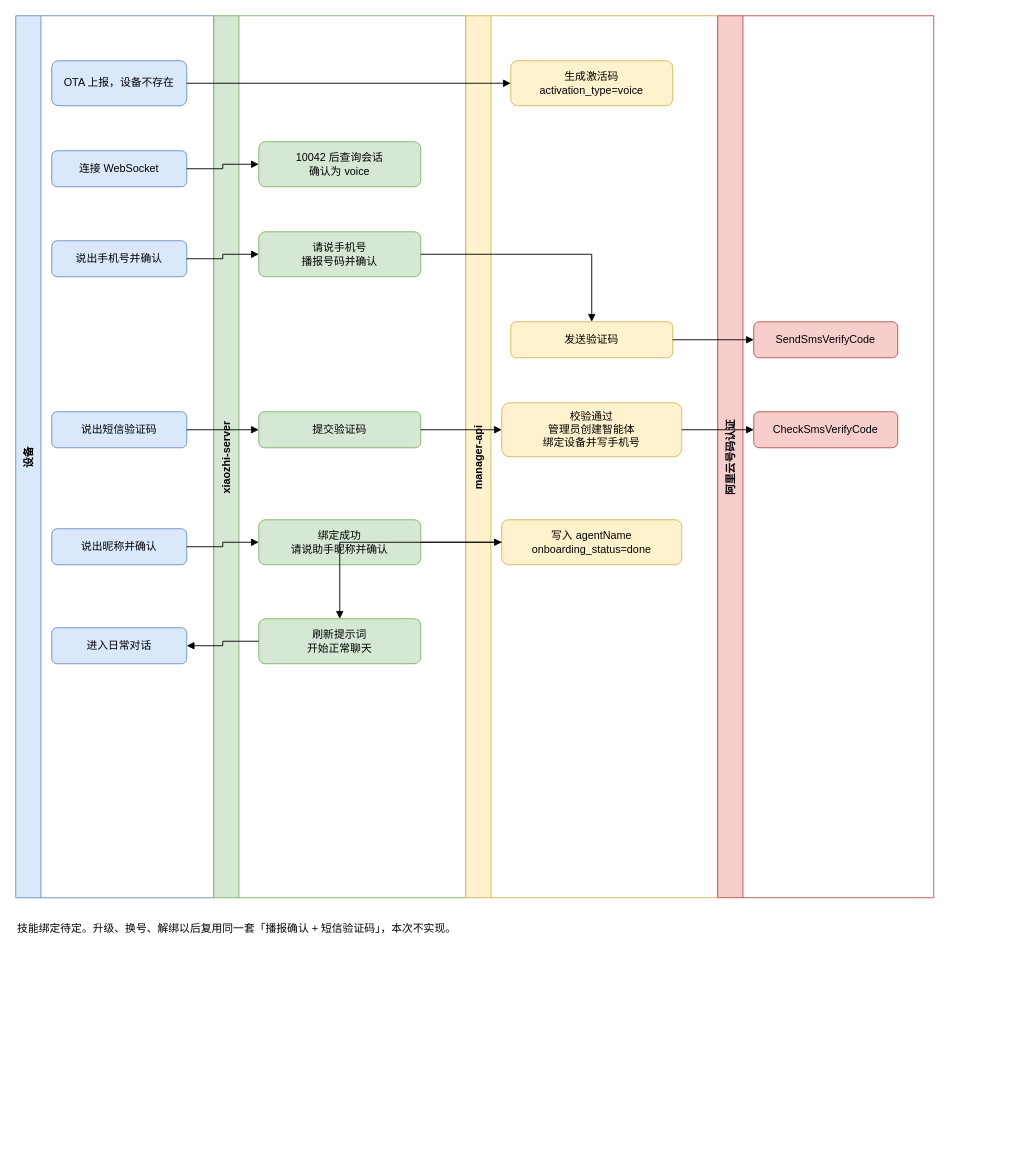
The draw.io diagram docs/architecture/voice-activation.drawio in ElvisWangTech/xiaozhi-esp32-server, before the edit. Source tidied: cells renumbered, new cells numbered last; positions are measured from the earlier drawing's top-left corner, leaving out a move shared by most shapes. Both pictures are drawn from the tidied source at 90%, with x=0, y=0 at pixel (15, 15).
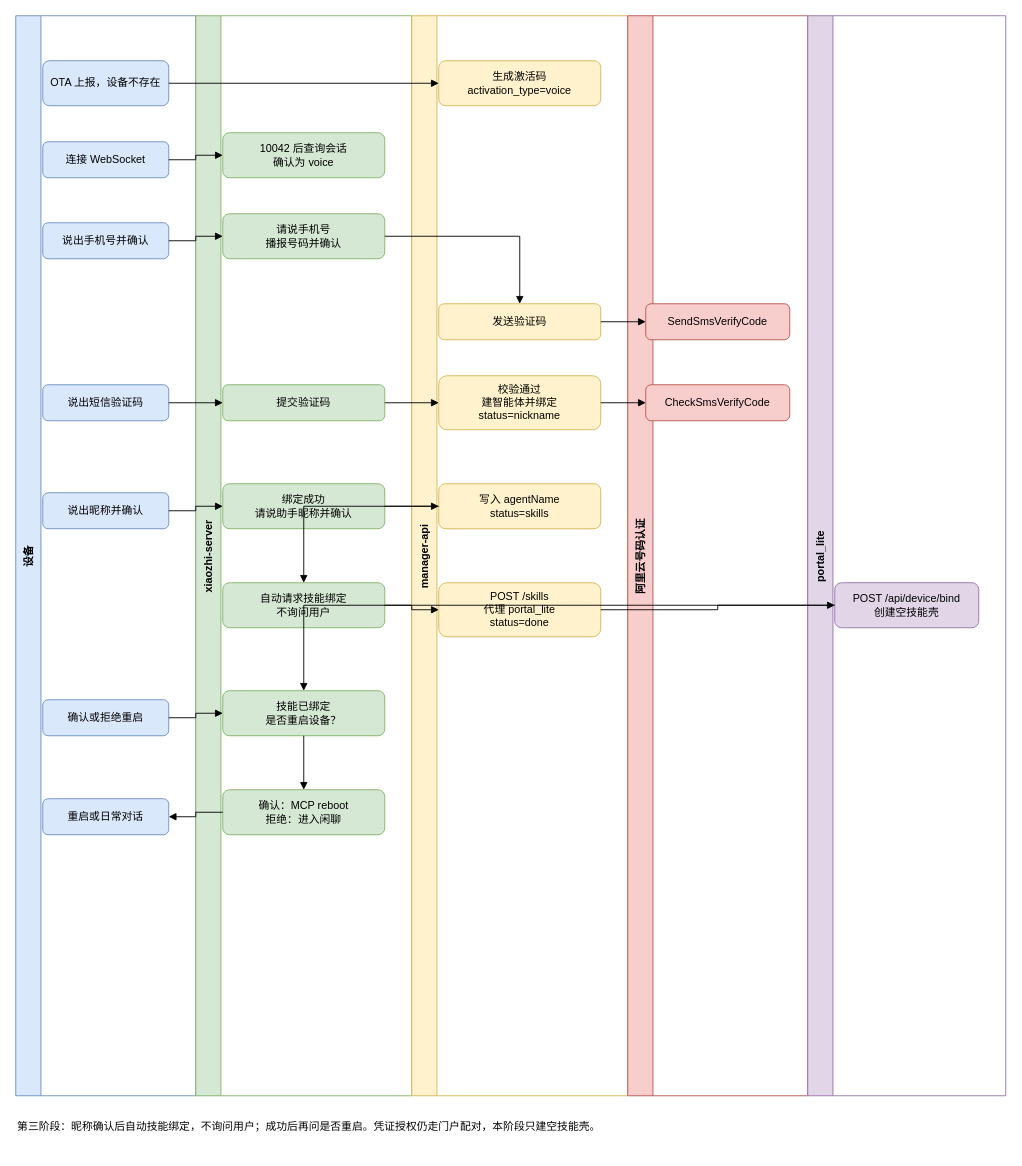
Above is the later version.

What changed in the source:
```diff
@@
     <mxCell id="2" value="设备" style="swimlane;horizontal=0;startSize=28;fillColor=#dae8fc;strokeColor=#6c8ebf;fontStyle=1;" parent="1" vertex="1">
-      <mxGeometry width="220" height="980" as="geometry" />
+      <mxGeometry width="200" height="1200" as="geometry" />
     </mxCell>
     <mxCell id="3" value="xiaozhi-server" style="swimlane;horizontal=0;startSize=28;fillColor=#d5e8d4;strokeColor=#82b366;fontStyle=1;" parent="1" vertex="1">
-      <mxGeometry x="220" width="280" height="980" as="geometry" />
+      <mxGeometry x="200" width="240" height="1200" as="geometry" />
     </mxCell>
     <mxCell id="4" value="manager-api" style="swimlane;horizontal=0;startSize=28;fillColor=#fff2cc;strokeColor=#d6b656;fontStyle=1;" parent="1" vertex="1">
-      <mxGeometry x="500" width="280" height="980" as="geometry" />
+      <mxGeometry x="440" width="240" height="1200" as="geometry" />
     </mxCell>
     <mxCell id="5" value="阿里云号码认证" style="swimlane;horizontal=0;startSize=28;fillColor=#f8cecc;strokeColor=#b85450;fontStyle=1;" parent="1" vertex="1">
-      <mxGeometry x="780" width="240" height="980" as="geometry" />
+      <mxGeometry x="680" width="200" height="1200" as="geometry" />
     </mxCell>
+    <mxCell id="36" value="portal_lite" style="swimlane;horizontal=0;startSize=28;fillColor=#e1d5e7;strokeColor=#9673a6;fontStyle=1;" parent="1" vertex="1">
+      <mxGeometry x="880" width="220" height="1200" as="geometry" />
+    </mxCell>
     <mxCell id="6" value="OTA 上报，设备不存在" style="rounded=1;whiteSpace=wrap;html=1;fillColor=#dae8fc;strokeColor=#6c8ebf;" parent="2" vertex="1">
-      <mxGeometry x="40" y="50" width="150" height="50" as="geometry" />
+      <mxGeometry x="30" y="50" width="140" height="50" as="geometry" />
     </mxCell>
     <mxCell id="7" value="生成激活码&#10;activation_type=voice" style="rounded=1;whiteSpace=wrap;html=1;fillColor=#fff2cc;strokeColor=#d6b656;" parent="4" vertex="1">
-      <mxGeometry x="50" y="50" width="180" height="50" as="geometry" />
+      <mxGeometry x="30" y="50" width="180" height="50" as="geometry" />
     </mxCell>
@@
     <mxCell id="9" value="连接 WebSocket" style="rounded=1;whiteSpace=wrap;html=1;fillColor=#dae8fc;strokeColor=#6c8ebf;" parent="2" vertex="1">
-      <mxGeometry x="40" y="150" width="150" height="40" as="geometry" />
+      <mxGeometry x="30" y="140" width="140" height="40" as="geometry" />
     </mxCell>
     <mxCell id="10" value="10042 后查询会话&#10;确认为 voice" style="rounded=1;whiteSpace=wrap;html=1;fillColor=#d5e8d4;strokeColor=#82b366;" parent="3" vertex="1">
-      <mxGeometry x="50" y="140" width="180" height="50" as="geometry" />
+      <mxGeometry x="30" y="130" width="180" height="50" as="geometry" />
     </mxCell>
@@
     <mxCell id="12" value="请说手机号&#10;播报号码并确认" style="rounded=1;whiteSpace=wrap;html=1;fillColor=#d5e8d4;strokeColor=#82b366;" parent="3" vertex="1">
-      <mxGeometry x="50" y="240" width="180" height="50" as="geometry" />
+      <mxGeometry x="30" y="220" width="180" height="50" as="geometry" />
     </mxCell>
     <mxCell id="13" value="说出手机号并确认" style="rounded=1;whiteSpace=wrap;html=1;fillColor=#dae8fc;strokeColor=#6c8ebf;" parent="2" vertex="1">
-      <mxGeometry x="40" y="250" width="150" height="40" as="geometry" />
+      <mxGeometry x="30" y="230" width="140" height="40" as="geometry" />
     </mxCell>
@@
     <mxCell id="15" value="发送验证码" style="rounded=1;whiteSpace=wrap;html=1;fillColor=#fff2cc;strokeColor=#d6b656;" parent="4" vertex="1">
-      <mxGeometry x="50" y="340" width="180" height="40" as="geometry" />
+      <mxGeometry x="30" y="320" width="180" height="40" as="geometry" />
     </mxCell>
     <mxCell id="16" value="SendSmsVerifyCode" style="rounded=1;whiteSpace=wrap;html=1;fillColor=#f8cecc;strokeColor=#b85450;" parent="5" vertex="1">
-      <mxGeometry x="40" y="340" width="160" height="40" as="geometry" />
+      <mxGeometry x="20" y="320" width="160" height="40" as="geometry" />
     </mxCell>
@@
     <mxCell id="19" value="说出短信验证码" style="rounded=1;whiteSpace=wrap;html=1;fillColor=#dae8fc;strokeColor=#6c8ebf;" parent="2" vertex="1">
-      <mxGeometry x="40" y="440" width="150" height="40" as="geometry" />
+      <mxGeometry x="30" y="410" width="140" height="40" as="geometry" />
     </mxCell>
     <mxCell id="20" value="提交验证码" style="rounded=1;whiteSpace=wrap;html=1;fillColor=#d5e8d4;strokeColor=#82b366;" parent="3" vertex="1">
-      <mxGeometry x="50" y="440" width="180" height="40" as="geometry" />
+      <mxGeometry x="30" y="410" width="180" height="40" as="geometry" />
     </mxCell>
-    <mxCell id="21" value="校验通过&#10;管理员创建智能体&#10;绑定设备并写手机号" style="rounded=1;whiteSpace=wrap;html=1;fillColor=#fff2cc;strokeColor=#d6b656;" parent="4" vertex="1">
-      <mxGeometry x="40" y="430" width="200" height="60" as="geometry" />
+    <mxCell id="21" value="校验通过&#10;建智能体并绑定&#10;status=nickname" style="rounded=1;whiteSpace=wrap;html=1;fillColor=#fff2cc;strokeColor=#d6b656;" parent="4" vertex="1">
+      <mxGeometry x="30" y="400" width="180" height="60" as="geometry" />
     </mxCell>
     <mxCell id="22" value="CheckSmsVerifyCode" style="rounded=1;whiteSpace=wrap;html=1;fillColor=#f8cecc;strokeColor=#b85450;" parent="5" vertex="1">
-      <mxGeometry x="40" y="440" width="160" height="40" as="geometry" />
+      <mxGeometry x="20" y="410" width="160" height="40" as="geometry" />
     </mxCell>
@@
     <mxCell id="26" value="绑定成功&#10;请说助手昵称并确认" style="rounded=1;whiteSpace=wrap;html=1;fillColor=#d5e8d4;strokeColor=#82b366;" parent="3" vertex="1">
-      <mxGeometry x="50" y="560" width="180" height="50" as="geometry" />
+      <mxGeometry x="30" y="520" width="180" height="50" as="geometry" />
     </mxCell>
     <mxCell id="27" value="说出昵称并确认" style="rounded=1;whiteSpace=wrap;html=1;fillColor=#dae8fc;strokeColor=#6c8ebf;" parent="2" vertex="1">
-      <mxGeometry x="40" y="570" width="150" height="40" as="geometry" />
+      <mxGeometry x="30" y="530" width="140" height="40" as="geometry" />
     </mxCell>
-    <mxCell id="28" value="写入 agentName&#10;onboarding_status=done" style="rounded=1;whiteSpace=wrap;html=1;fillColor=#fff2cc;strokeColor=#d6b656;" parent="4" vertex="1">
-      <mxGeometry x="40" y="560" width="200" height="50" as="geometry" />
+    <mxCell id="28" value="写入 agentName&#10;status=skills" style="rounded=1;whiteSpace=wrap;html=1;fillColor=#fff2cc;strokeColor=#d6b656;" parent="4" vertex="1">
+      <mxGeometry x="30" y="520" width="180" height="50" as="geometry" />
     </mxCell>
@@
-    <mxCell id="31" value="进入日常对话" style="rounded=1;whiteSpace=wrap;html=1;fillColor=#dae8fc;strokeColor=#6c8ebf;" parent="2" vertex="1">
-      <mxGeometry x="40" y="680" width="150" height="40" as="geometry" />
-    </mxCell>
-    <mxCell id="32" value="刷新提示词&#10;开始正常聊天" style="rounded=1;whiteSpace=wrap;html=1;fillColor=#d5e8d4;strokeColor=#82b366;" parent="3" vertex="1">
-      <mxGeometry x="50" y="670" width="180" height="50" as="geometry" />
-    </mxCell>
-    <mxCell id="33" style="edgeStyle=orthogonalEdgeStyle;rounded=0;jettySize=auto;html=1;endArrow=block;" parent="1" edge="1" source="28" target="32">
-      <mxGeometry relative="1" as="geometry" />
-    </mxCell>
-    <mxCell id="34" style="edgeStyle=orthogonalEdgeStyle;rounded=0;jettySize=auto;html=1;endArrow=block;" parent="1" edge="1" source="32" target="31">
-      <mxGeometry relative="1" as="geometry" />
-    </mxCell>
+    <mxCell id="37" value="自动请求技能绑定&#10;不询问用户" style="rounded=1;whiteSpace=wrap;html=1;fillColor=#d5e8d4;strokeColor=#82b366;" parent="3" vertex="1">
+      <mxGeometry x="30" y="630" width="180" height="50" as="geometry" />
+    </mxCell>
+    <mxCell id="38" value="POST /skills&#10;代理 portal_lite&#10;status=done" style="rounded=1;whiteSpace=wrap;html=1;fillColor=#fff2cc;strokeColor=#d6b656;" parent="4" vertex="1">
+      <mxGeometry x="30" y="630" width="180" height="60" as="geometry" />
+    </mxCell>
+    <mxCell id="39" value="POST /api/device/bind&#10;创建空技能壳" style="rounded=1;whiteSpace=wrap;html=1;fillColor=#e1d5e7;strokeColor=#9673a6;" parent="36" vertex="1">
+      <mxGeometry x="30" y="630" width="160" height="50" as="geometry" />
+    </mxCell>
+    <mxCell id="40" style="edgeStyle=orthogonalEdgeStyle;rounded=0;jettySize=auto;html=1;endArrow=block;" parent="1" edge="1" source="28" target="37">
+      <mxGeometry relative="1" as="geometry" />
+    </mxCell>
+    <mxCell id="41" style="edgeStyle=orthogonalEdgeStyle;rounded=0;jettySize=auto;html=1;endArrow=block;" parent="1" edge="1" source="37" target="38">
+      <mxGeometry relative="1" as="geometry" />
+    </mxCell>
+    <mxCell id="42" style="edgeStyle=orthogonalEdgeStyle;rounded=0;jettySize=auto;html=1;endArrow=block;" parent="1" edge="1" source="38" target="39">
+      <mxGeometry relative="1" as="geometry" />
+    </mxCell>
+    <mxCell id="43" value="技能已绑定&#10;是否重启设备？" style="rounded=1;whiteSpace=wrap;html=1;fillColor=#d5e8d4;strokeColor=#82b366;" parent="3" vertex="1">
+      <mxGeometry x="30" y="750" width="180" height="50" as="geometry" />
+    </mxCell>
+    <mxCell id="44" value="确认或拒绝重启" style="rounded=1;whiteSpace=wrap;html=1;fillColor=#dae8fc;strokeColor=#6c8ebf;" parent="2" vertex="1">
+      <mxGeometry x="30" y="760" width="140" height="40" as="geometry" />
+    </mxCell>
+    <mxCell id="45" style="edgeStyle=orthogonalEdgeStyle;rounded=0;jettySize=auto;html=1;endArrow=block;" parent="1" edge="1" source="39" target="43">
+      <mxGeometry relative="1" as="geometry" />
+    </mxCell>
+    <mxCell id="46" style="edgeStyle=orthogonalEdgeStyle;rounded=0;jettySize=auto;html=1;endArrow=block;" parent="1" edge="1" source="44" target="43">
+      <mxGeometry relative="1" as="geometry" />
+    </mxCell>
+    <mxCell id="47" value="确认：MCP reboot&#10;拒绝：进入闲聊" style="rounded=1;whiteSpace=wrap;html=1;fillColor=#d5e8d4;strokeColor=#82b366;" parent="3" vertex="1">
+      <mxGeometry x="30" y="860" width="180" height="50" as="geometry" />
+    </mxCell>
+    <mxCell id="48" value="重启或日常对话" style="rounded=1;whiteSpace=wrap;html=1;fillColor=#dae8fc;strokeColor=#6c8ebf;" parent="2" vertex="1">
+      <mxGeometry x="30" y="870" width="140" height="40" as="geometry" />
+    </mxCell>
+    <mxCell id="49" style="edgeStyle=orthogonalEdgeStyle;rounded=0;jettySize=auto;html=1;endArrow=block;" parent="1" edge="1" source="43" target="47">
+      <mxGeometry relative="1" as="geometry" />
+    </mxCell>
+    <mxCell id="50" style="edgeStyle=orthogonalEdgeStyle;rounded=0;jettySize=auto;html=1;endArrow=block;" parent="1" edge="1" source="47" target="48">
+      <mxGeometry relative="1" as="geometry" />
+    </mxCell>
-    <mxCell id="35" value="技能绑定待定。升级、换号、解绑以后复用同一套「播报确认 + 短信验证码」，本次不实现。" style="text;html=1;strokeColor=none;fillColor=none;align=left;verticalAlign=top;whiteSpace=wrap;rounded=0;" parent="1" vertex="1">
-      <mxGeometry y="1000" width="720" height="40" as="geometry" />
+    <mxCell id="35" value="第三阶段：昵称确认后自动技能绑定，不询问用户；成功后再问是否重启。凭证授权仍走门户配对，本阶段只建空技能壳。" style="text;html=1;strokeColor=none;fillColor=none;align=left;verticalAlign=top;whiteSpace=wrap;rounded=0;" parent="1" vertex="1">
+      <mxGeometry y="1220" width="900" height="40" as="geometry" />
     </mxCell>
```
